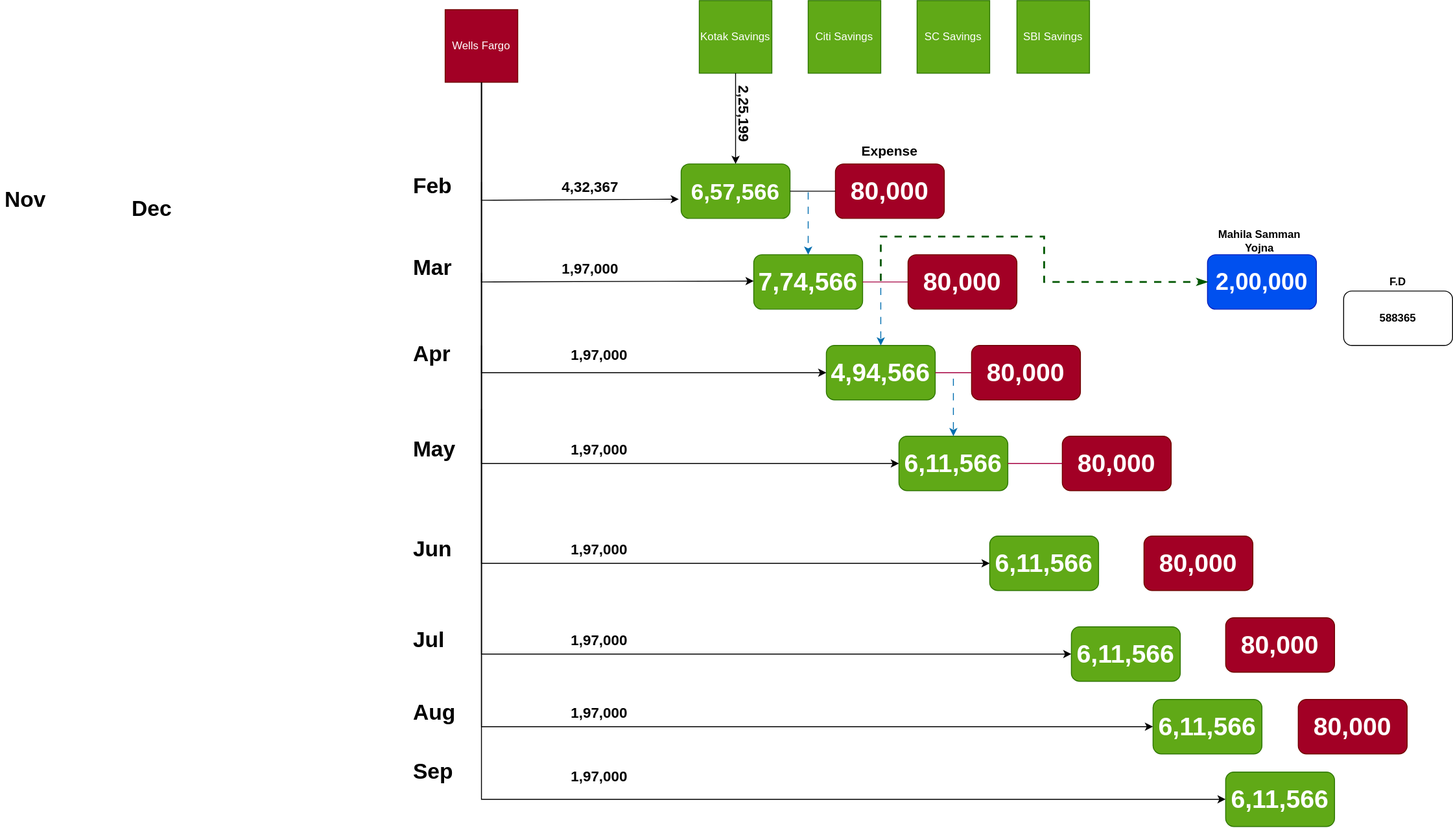
Earlier version of the draw.io export Investments.drawio.svg (uchiharizvi/design-diagrams). Source tidied: cells renumbered, new cells last; positions are measured from the earlier drawing's top-left corner, leaving out a move shared by most shapes.
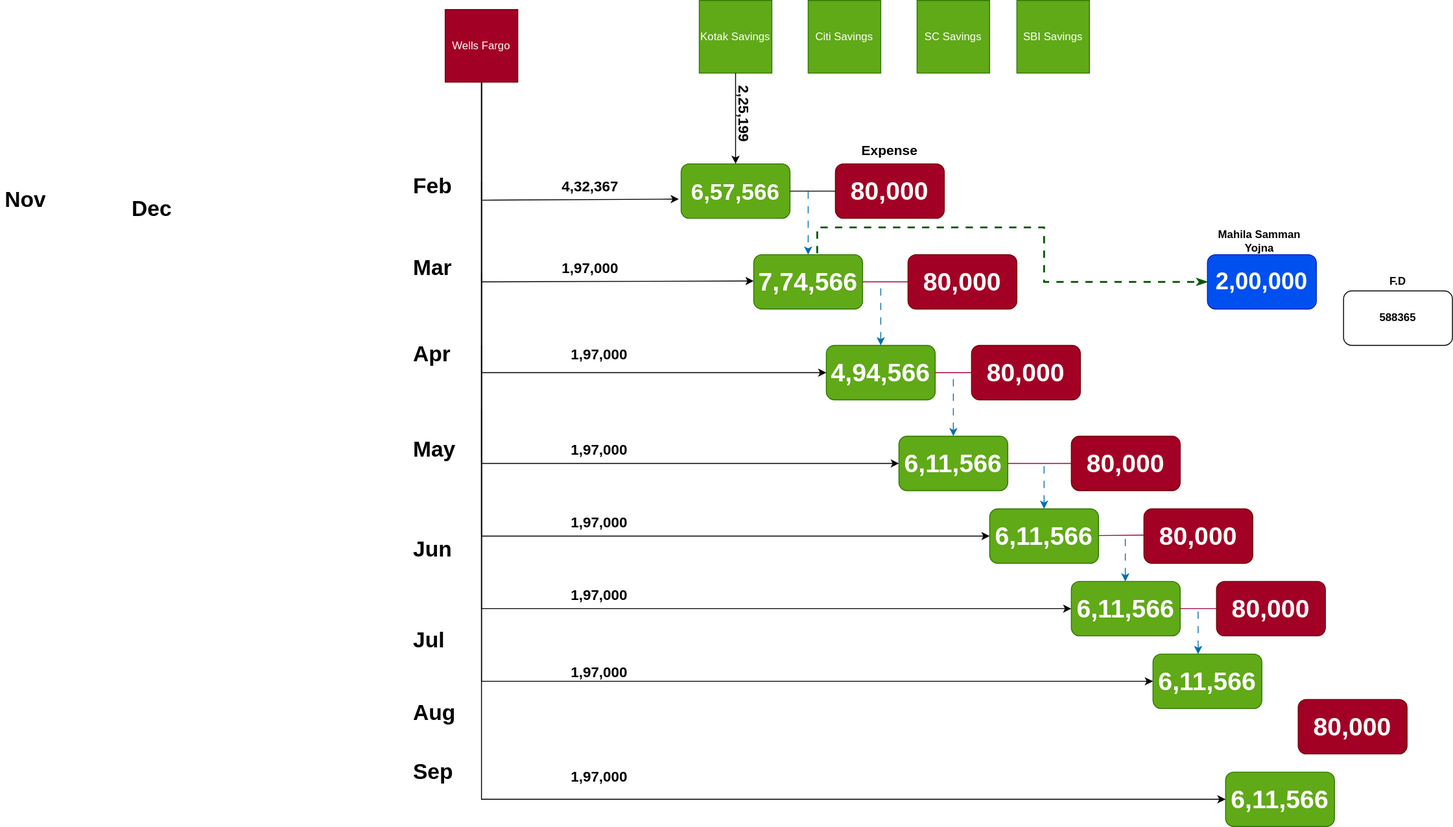
After the commit.

Diff of the diagram source:
```diff
@@ -81,12 +81,11 @@
     <mxCell id="24" style="endArrow=none;html=1;rounded=0;exitX=1;exitY=0.5;exitDx=0;exitDy=0;entryX=0;entryY=0.5;entryDx=0;entryDy=0;fillColor=#d80073;strokeColor=#A50040;" parent="1" edge="1" source="12" target="16">
       <mxGeometry relative="1" as="geometry" />
     </mxCell>
-    <mxCell id="25" style="endArrow=classicThin;html=1;rounded=0;entryX=0;entryY=0.5;entryDx=0;entryDy=0;endFill=1;fillColor=#008a00;strokeColor=#005700;flowAnimation=1;fontStyle=1;strokeWidth=2;" parent="1" edge="1" target="6">
+    <mxCell id="25" style="endArrow=classicThin;html=1;rounded=0;entryX=0;entryY=0.5;entryDx=0;entryDy=0;endFill=1;fillColor=#008a00;strokeColor=#005700;flowAnimation=1;fontStyle=1;strokeWidth=2;exitX=0.583;exitY=-0.017;exitDx=0;exitDy=0;exitPerimeter=0;" parent="1" edge="1" source="12" target="6">
       <mxGeometry relative="1" as="geometry">
-        <mxPoint x="970" y="310" as="sourcePoint" />
         <Array as="points">
-          <mxPoint x="970" y="260" />
-          <mxPoint x="1150" y="260" />
+          <mxPoint x="900" y="250" />
+          <mxPoint x="1150" y="250" />
           <mxPoint x="1150" y="310" />
           <mxPoint x="1240" y="310" />
         </Array>
@@ -155,7 +154,7 @@
       <mxGeometry x="1120" width="80" height="80" as="geometry" />
     </mxCell>
     <mxCell id="40" value="&lt;font style=&quot;font-size: 28px;&quot;&gt;80,000&lt;/font&gt;" style="rounded=1;whiteSpace=wrap;html=1;fontStyle=1;fillColor=#a20025;fontColor=#ffffff;strokeColor=#6F0000;" parent="1" vertex="1">
-      <mxGeometry x="1170" y="480" width="120" height="60" as="geometry" />
+      <mxGeometry x="1180" y="480" width="120" height="60" as="geometry" />
     </mxCell>
     <mxCell id="41" style="endArrow=none;html=1;rounded=0;exitX=1;exitY=0.5;exitDx=0;exitDy=0;fillColor=#d80073;strokeColor=#A50040;entryX=0;entryY=0.5;entryDx=0;entryDy=0;" parent="1" edge="1" target="40">
       <mxGeometry relative="1" as="geometry">
@@ -181,52 +180,52 @@
       <mxGeometry y="200" width="110" height="40" as="geometry" />
     </mxCell>
     <mxCell id="48" value="&lt;font style=&quot;font-size: 28px;&quot;&gt;6,11,566&lt;/font&gt;" style="rounded=1;whiteSpace=wrap;html=1;fontStyle=1;fillColor=#60a917;fontColor=#ffffff;strokeColor=#2D7600;" parent="1" vertex="1">
-      <mxGeometry x="1090" y="590" width="120" height="60" as="geometry" />
+      <mxGeometry x="1090" y="560" width="120" height="60" as="geometry" />
     </mxCell>
     <mxCell id="49" value="&lt;font style=&quot;font-size: 28px;&quot;&gt;80,000&lt;/font&gt;" style="rounded=1;whiteSpace=wrap;html=1;fontStyle=1;fillColor=#a20025;fontColor=#ffffff;strokeColor=#6F0000;" parent="1" vertex="1">
-      <mxGeometry x="1260" y="590" width="120" height="60" as="geometry" />
+      <mxGeometry x="1260" y="560" width="120" height="60" as="geometry" />
     </mxCell>
     <mxCell id="50" value="&lt;font style=&quot;font-size: 28px;&quot;&gt;6,11,566&lt;/font&gt;" style="rounded=1;whiteSpace=wrap;html=1;fontStyle=1;fillColor=#60a917;fontColor=#ffffff;strokeColor=#2D7600;" parent="1" vertex="1">
-      <mxGeometry x="1180" y="690" width="120" height="60" as="geometry" />
+      <mxGeometry x="1180" y="640" width="120" height="60" as="geometry" />
     </mxCell>
     <mxCell id="51" value="&lt;font style=&quot;font-size: 28px;&quot;&gt;80,000&lt;/font&gt;" style="rounded=1;whiteSpace=wrap;html=1;fontStyle=1;fillColor=#a20025;fontColor=#ffffff;strokeColor=#6F0000;" parent="1" vertex="1">
-      <mxGeometry x="1350" y="680" width="120" height="60" as="geometry" />
+      <mxGeometry x="1340" y="640" width="120" height="60" as="geometry" />
     </mxCell>
     <mxCell id="52" value="&lt;font style=&quot;font-size: 28px;&quot;&gt;6,11,566&lt;/font&gt;" style="rounded=1;whiteSpace=wrap;html=1;fontStyle=1;fillColor=#60a917;fontColor=#ffffff;strokeColor=#2D7600;" parent="1" vertex="1">
-      <mxGeometry x="1270" y="770" width="120" height="60" as="geometry" />
+      <mxGeometry x="1270" y="720" width="120" height="60" as="geometry" />
     </mxCell>
     <mxCell id="53" style="endArrow=classic;html=1;rounded=0;entryX=0;entryY=0.5;entryDx=0;entryDy=0;" parent="1" edge="1" target="48">
       <mxGeometry relative="1" as="geometry">
         <mxPoint x="530" y="200" as="sourcePoint" />
         <Array as="points">
-          <mxPoint x="530" y="620" />
+          <mxPoint x="530" y="590" />
         </Array>
       </mxGeometry>
     </mxCell>
     <mxCell id="54" value="&lt;font style=&quot;font-size: 16px;&quot;&gt;1,97,000&lt;/font&gt;" style="text;html=1;align=center;verticalAlign=middle;whiteSpace=wrap;rounded=0;fontStyle=1;" parent="1" vertex="1">
-      <mxGeometry x="630" y="590" width="60" height="30" as="geometry" />
+      <mxGeometry x="630" y="560" width="60" height="30" as="geometry" />
     </mxCell>
     <mxCell id="55" style="endArrow=classic;html=1;rounded=0;entryX=0;entryY=0.5;entryDx=0;entryDy=0;" parent="1" edge="1" target="50">
       <mxGeometry relative="1" as="geometry">
         <mxPoint x="530" y="300" as="sourcePoint" />
         <Array as="points">
-          <mxPoint x="530" y="720" />
+          <mxPoint x="530" y="670" />
         </Array>
       </mxGeometry>
     </mxCell>
     <mxCell id="56" value="&lt;font style=&quot;font-size: 16px;&quot;&gt;1,97,000&lt;/font&gt;" style="text;html=1;align=center;verticalAlign=middle;whiteSpace=wrap;rounded=0;fontStyle=1;" parent="1" vertex="1">
-      <mxGeometry x="630" y="690" width="60" height="30" as="geometry" />
+      <mxGeometry x="630" y="640" width="60" height="30" as="geometry" />
     </mxCell>
     <mxCell id="57" style="endArrow=classic;html=1;rounded=0;entryX=0;entryY=0.5;entryDx=0;entryDy=0;" parent="1" edge="1" target="52">
       <mxGeometry relative="1" as="geometry">
         <mxPoint x="530" y="380" as="sourcePoint" />
         <Array as="points">
-          <mxPoint x="530" y="800" />
+          <mxPoint x="530" y="750" />
         </Array>
       </mxGeometry>
     </mxCell>
     <mxCell id="58" value="&lt;font style=&quot;font-size: 16px;&quot;&gt;1,97,000&lt;/font&gt;" style="text;html=1;align=center;verticalAlign=middle;whiteSpace=wrap;rounded=0;fontStyle=1;" parent="1" vertex="1">
-      <mxGeometry x="630" y="770" width="60" height="30" as="geometry" />
+      <mxGeometry x="630" y="725" width="60" height="30" as="geometry" />
     </mxCell>
     <mxCell id="59" style="endArrow=classic;html=1;rounded=0;entryX=0;entryY=0.5;entryDx=0;entryDy=0;" parent="1" edge="1" target="62">
       <mxGeometry relative="1" as="geometry">
@@ -245,5 +244,34 @@
     <mxCell id="62" value="&lt;font style=&quot;font-size: 28px;&quot;&gt;6,11,566&lt;/font&gt;" style="rounded=1;whiteSpace=wrap;html=1;fontStyle=1;fillColor=#60a917;fontColor=#ffffff;strokeColor=#2D7600;" parent="1" vertex="1">
       <mxGeometry x="1350" y="850" width="120" height="60" as="geometry" />
     </mxCell>
+    <mxCell id="63" style="endArrow=none;html=1;rounded=0;startArrow=classic;startFill=1;flowAnimation=1;fillColor=#1ba1e2;strokeColor=#006EAF;exitX=0.5;exitY=0;exitDx=0;exitDy=0;" parent="1" edge="1" source="48">
+      <mxGeometry relative="1" as="geometry">
+        <mxPoint x="1150" y="510" as="targetPoint" />
+      </mxGeometry>
+    </mxCell>
+    <mxCell id="64" style="endArrow=none;html=1;rounded=0;exitX=1;exitY=0.5;exitDx=0;exitDy=0;fillColor=#d80073;strokeColor=#A50040;" parent="1" edge="1">
+      <mxGeometry relative="1" as="geometry">
+        <mxPoint x="1210" y="589.4" as="sourcePoint" />
+        <mxPoint x="1260" y="589" as="targetPoint" />
+      </mxGeometry>
+    </mxCell>
+    <mxCell id="65" style="endArrow=none;html=1;rounded=0;fillColor=#d80073;strokeColor=#A50040;" parent="1" edge="1">
+      <mxGeometry relative="1" as="geometry">
+        <mxPoint x="1300" y="670" as="sourcePoint" />
+        <mxPoint x="1340" y="670" as="targetPoint" />
+      </mxGeometry>
+    </mxCell>
+    <mxCell id="66" style="endArrow=none;html=1;rounded=0;startArrow=classic;startFill=1;flowAnimation=1;orthogonalLoop=1;fillColor=#1ba1e2;strokeColor=#006EAF;exitX=0.5;exitY=0;exitDx=0;exitDy=0;" parent="1" edge="1">
+      <mxGeometry relative="1" as="geometry">
+        <mxPoint x="1239.5" y="640" as="sourcePoint" />
+        <mxPoint x="1239.5" y="590" as="targetPoint" />
+      </mxGeometry>
+    </mxCell>
+    <mxCell id="67" style="endArrow=none;html=1;rounded=0;startArrow=classic;startFill=1;flowAnimation=1;orthogonalLoop=1;fillColor=#1ba1e2;strokeColor=#006EAF;exitX=0.5;exitY=0;exitDx=0;exitDy=0;" parent="1" edge="1">
+      <mxGeometry relative="1" as="geometry">
+        <mxPoint x="1319.8" y="720" as="sourcePoint" />
+        <mxPoint x="1319.8" y="670" as="targetPoint" />
+      </mxGeometry>
+    </mxCell>
   </root>
 </mxGraphModel>
```
